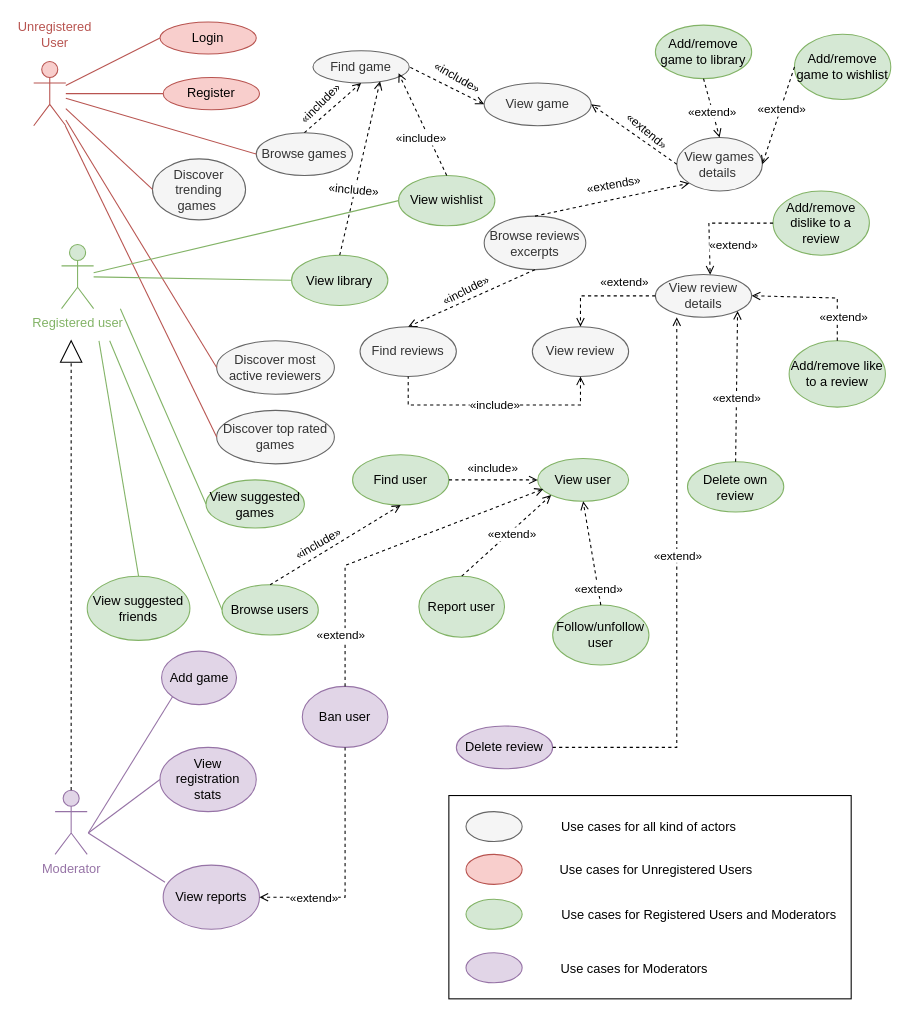
Before: Diagrams/UML use case diagram (complete).drawio in lorenzoceccanti/pixelindex, a draw.io diagram. Source tidied: cells renumbered, new cells numbered last; positions are measured from the earlier drawing's top-left corner, leaving out a move shared by most shapes. Both pictures are drawn from the tidied source at 107%, with x=0, y=0 at pixel (22, 18).
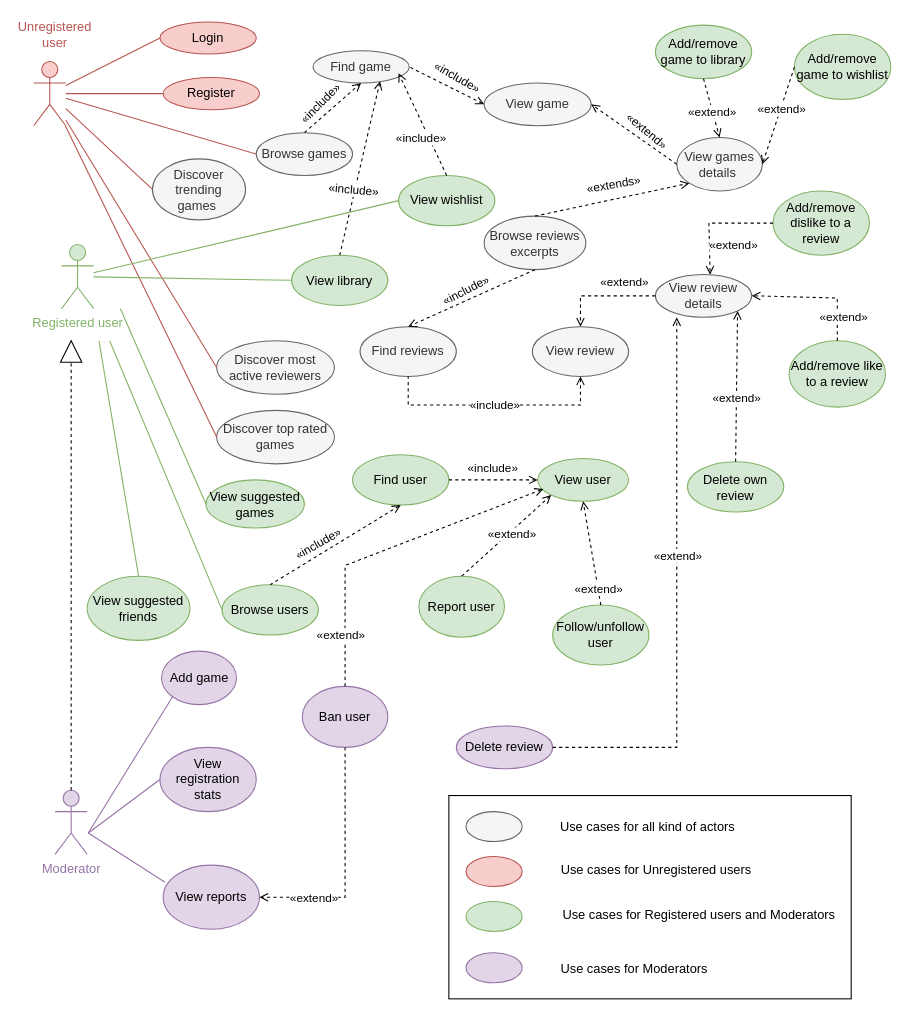
The same diagram, later.

Diff of the diagram source:
```diff
@@
-    <mxCell id="30" value="&lt;font style=&quot;font-size: 12px;&quot; color=&quot;#b85450&quot;&gt;Unregistered&lt;br&gt;User&lt;/font&gt;" style="text;html=1;align=center;verticalAlign=middle;whiteSpace=wrap;rounded=0;" parent="1" vertex="1">
+    <mxCell id="30" value="&lt;font style=&quot;font-size: 12px;&quot; color=&quot;#b85450&quot;&gt;Unregistered&lt;br&gt;user&lt;/font&gt;" style="text;html=1;align=center;verticalAlign=middle;whiteSpace=wrap;rounded=0;" parent="1" vertex="1">
       <mxGeometry width="60" height="30" as="geometry" />
     </mxCell>
@@
     <mxCell id="98" value="Use cases for all kind of actors" style="text;html=1;align=center;verticalAlign=middle;whiteSpace=wrap;rounded=0;" parent="1" vertex="1">
-      <mxGeometry x="476" y="741" width="218" height="30" as="geometry" />
+      <mxGeometry x="475" y="741" width="218" height="30" as="geometry" />
     </mxCell>
     <mxCell id="99" style="ellipse;whiteSpace=wrap;html=1;fillColor=#d5e8d4;strokeColor=#82b366;" parent="1" vertex="1">
-      <mxGeometry x="414" y="823" width="52.5" height="28" as="geometry" />
+      <mxGeometry x="414" y="825" width="52.5" height="28" as="geometry" />
     </mxCell>
-    <mxCell id="100" value="Use cases for Registered Users and Moderators" style="text;html=1;align=center;verticalAlign=middle;whiteSpace=wrap;rounded=0;" parent="1" vertex="1">
+    <mxCell id="100" value="Use cases for Registered users and Moderators" style="text;html=1;align=center;verticalAlign=middle;whiteSpace=wrap;rounded=0;" parent="1" vertex="1">
       <mxGeometry x="498" y="823" width="267.5" height="30" as="geometry" />
     </mxCell>
@@
     <mxCell id="103" style="ellipse;whiteSpace=wrap;html=1;fillColor=#f8cecc;strokeColor=#b85450;" parent="1" vertex="1">
-      <mxGeometry x="414" y="781" width="52.5" height="28" as="geometry" />
+      <mxGeometry x="414" y="783" width="52.5" height="28" as="geometry" />
     </mxCell>
-    <mxCell id="104" value="Use cases for Unregistered Users" style="text;html=1;align=center;verticalAlign=middle;whiteSpace=wrap;rounded=0;" parent="1" vertex="1">
+    <mxCell id="104" value="Use cases for Unregistered users" style="text;html=1;align=center;verticalAlign=middle;whiteSpace=wrap;rounded=0;" parent="1" vertex="1">
       <mxGeometry x="483" y="781" width="218" height="30" as="geometry" />
     </mxCell>
```
